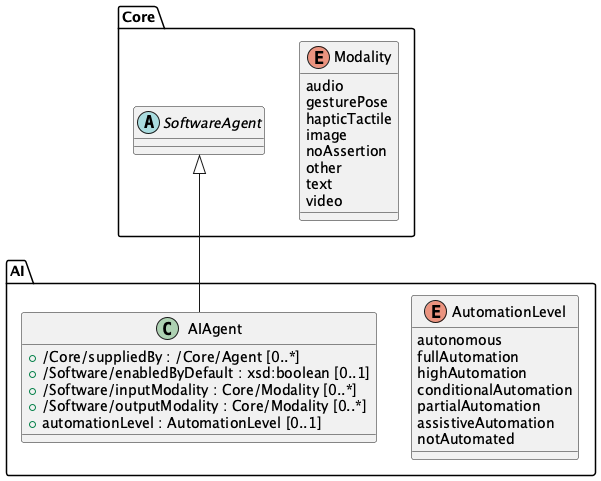
This is docs/diagrams/ai-aiagent.png from bact/spdx-3-model, a PlantUML export, as it was before one commit.
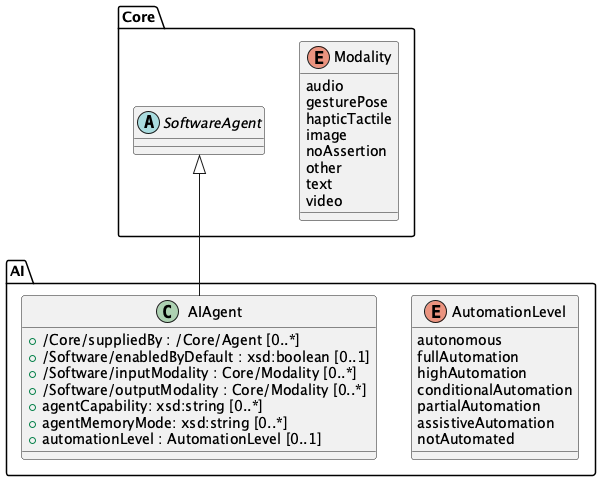
The same file after the commit.

Diff of the diagram source:
```diff
@@ -10,6 +10,8 @@
     + /Software/enabledByDefault : xsd:boolean [0..1]
     + /Software/inputModality : Core/Modality [0..*]
     + /Software/outputModality : Core/Modality [0..*]
+    + agentCapability: xsd:string [0..*]
+    + agentMemoryMode: xsd:string [0..*]
     + automationLevel : AutomationLevel [0..1]
 }
 
```
